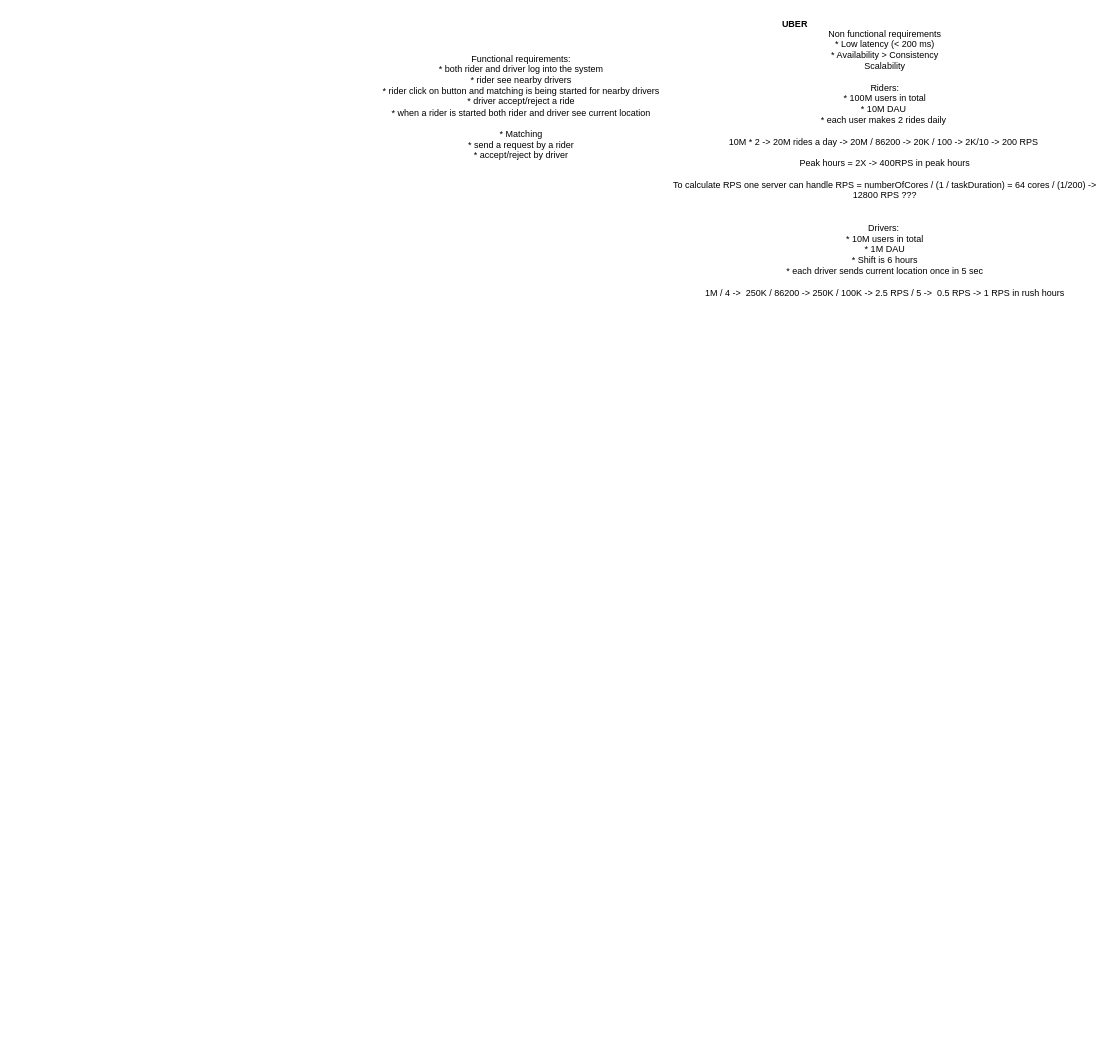
This is src/main/resources/systemDesign/drawio/Uber.drawio from yakovshmidt/algo-problems, a draw.io file, before an edit. Source tidied: cells renumbered, new cells numbered last; positions are measured from the earlier drawing's top-left corner, leaving out a move shared by most shapes. Both pictures are drawn from the tidied source at 75%, with x=0, y=0 at pixel (374, 13).
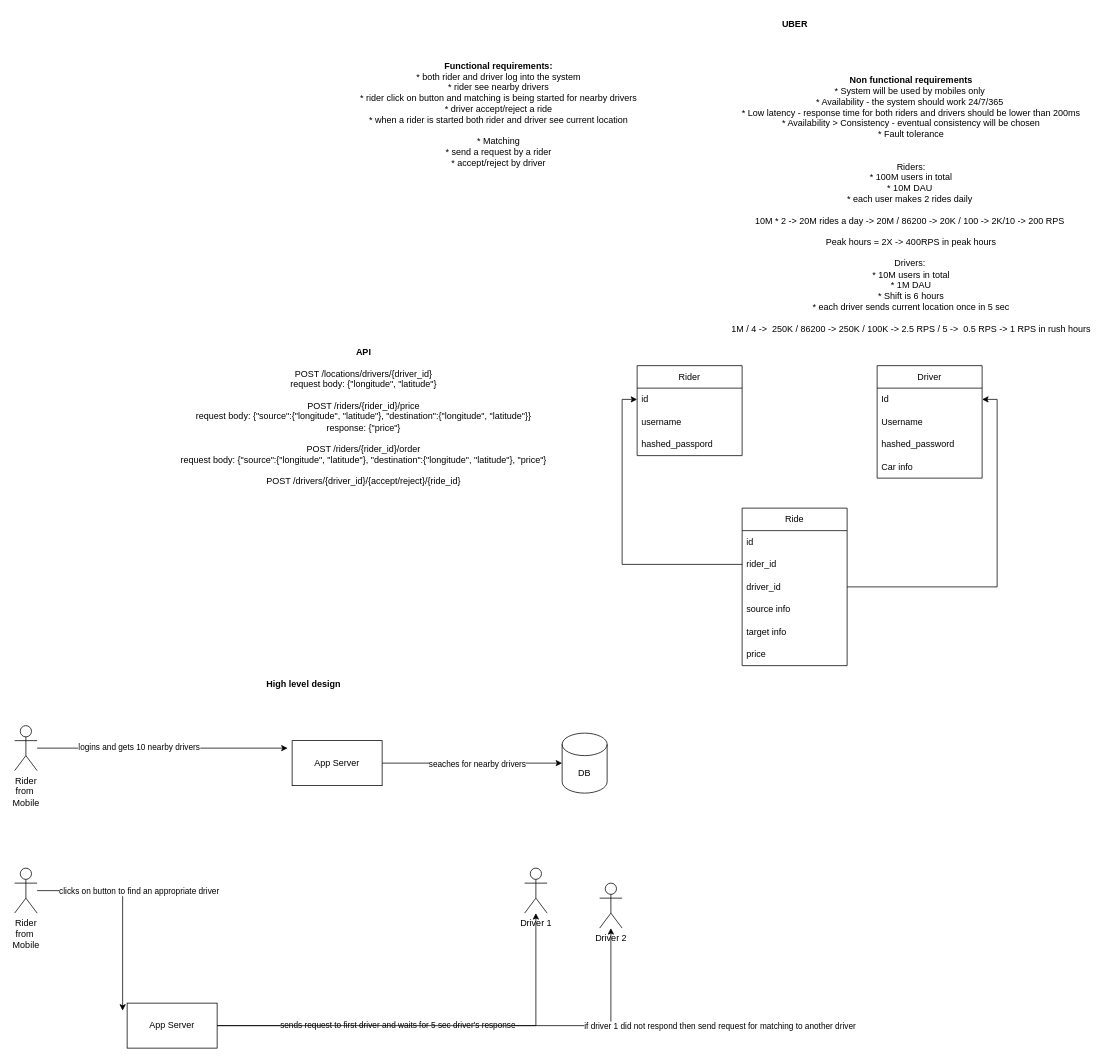
The same diagram, later.

Change to the diagram source:
```diff
@@
-    <mxCell id="3" value="Functional requirements:&lt;br&gt;* both rider and driver log into the system&lt;br&gt;* rider see nearby drivers&lt;br&gt;* rider click on button and matching is being started for nearby drivers&lt;br&gt;* driver accept/reject a ride&lt;br&gt;* when a rider is started both rider and driver see current location&lt;br&gt;&lt;br&gt;* Matching&lt;br&gt;* send a request by a rider&lt;br&gt;* accept/reject by driver" style="text;html=1;align=center;verticalAlign=middle;strokeColor=none;fillColor=none;" parent="1" vertex="1">
-      <mxGeometry y="50" width="390" height="150" as="geometry" />
+    <mxCell id="3" value="&lt;b&gt;Functional requirements:&lt;br&gt;&lt;/b&gt;* both rider and driver log into the system&lt;br&gt;* rider see nearby drivers&lt;br&gt;* rider click on button and matching is being started for nearby drivers&lt;br&gt;* driver accept/reject a ride&lt;br&gt;* when a rider is started both rider and driver see current location&lt;br&gt;&lt;br&gt;* Matching&lt;br&gt;* send a request by a rider&lt;br&gt;* accept/reject by driver" style="text;html=1;align=center;verticalAlign=middle;strokeColor=none;fillColor=none;" parent="1" vertex="1">
+      <mxGeometry x="-30" y="60" width="390" height="150" as="geometry" />
     </mxCell>
-    <mxCell id="4" value="Non functional requirements&lt;br&gt;* Low latency (&amp;lt; 200 ms)&lt;br&gt;* Availability &amp;gt; Consistency&lt;br&gt;Scalability&lt;br&gt;&lt;br&gt;Riders:&lt;br&gt;* 100M users in total&lt;br&gt;* 10M DAU&amp;nbsp;&lt;br&gt;* each user makes 2 rides daily&amp;nbsp;&lt;br&gt;&lt;br&gt;10M * 2 -&amp;gt; 20M rides a day -&amp;gt; 20M / 86200 -&amp;gt; 20K / 100 -&amp;gt; 2K/10 -&amp;gt; 200 RPS&amp;nbsp;&lt;br&gt;&lt;br&gt;Peak hours = 2X -&amp;gt; 400RPS in peak hours&lt;br&gt;&lt;br&gt;To calculate RPS one server can handle RPS = numberOfCores / (1 / taskDuration) = 64 cores / (1/200) -&amp;gt;&lt;br&gt;12800 RPS ???&lt;br&gt;&lt;br&gt;&lt;br&gt;Drivers:&amp;nbsp;&lt;br&gt;* 10M users in total&lt;br&gt;* 1M DAU&lt;br&gt;* Shift is 6 hours&lt;br&gt;* each driver sends current location once in 5 sec&lt;br&gt;&lt;br&gt;1M / 4 -&amp;gt; &amp;nbsp;250K / 86200 -&amp;gt; 250K / 100K -&amp;gt; 2.5 RPS / 5 -&amp;gt; &amp;nbsp;0.5 RPS -&amp;gt; 1 RPS in rush hours" style="text;html=1;align=center;verticalAlign=middle;strokeColor=none;fillColor=none;" parent="1" vertex="1">
-      <mxGeometry x="385" y="20" width="590" height="360" as="geometry" />
+    <mxCell id="4" value="&lt;b&gt;Non functional requirements&lt;/b&gt;&lt;br&gt;* System will be used by mobiles only&amp;nbsp;&lt;br&gt;* Availability - the system should work 24/7/365&amp;nbsp;&lt;br&gt;* Low latency - response time for both riders and drivers should be lower than 200ms&lt;br&gt;* Availability &amp;gt; Consistency - eventual consistency will be chosen&lt;br&gt;* Fault tolerance &lt;br&gt;&amp;nbsp;&lt;br&gt;&lt;br&gt;Riders:&lt;br&gt;* 100M users in total&lt;br&gt;* 10M DAU&amp;nbsp;&lt;br&gt;* each user makes 2 rides daily&amp;nbsp;&lt;br&gt;&lt;br&gt;10M * 2 -&amp;gt; 20M rides a day -&amp;gt; 20M / 86200 -&amp;gt; 20K / 100 -&amp;gt; 2K/10 -&amp;gt; 200 RPS&amp;nbsp;&lt;br&gt;&lt;br&gt;Peak hours = 2X -&amp;gt; 400RPS in peak hours&lt;br&gt;&lt;br&gt;Drivers:&amp;nbsp;&lt;br&gt;* 10M users in total&lt;br&gt;* 1M DAU&lt;br&gt;* Shift is 6 hours&lt;br&gt;* each driver sends current location once in 5 sec&lt;br&gt;&lt;br&gt;1M / 4 -&amp;gt; &amp;nbsp;250K / 86200 -&amp;gt; 250K / 100K -&amp;gt; 2.5 RPS / 5 -&amp;gt; &amp;nbsp;0.5 RPS -&amp;gt; 1 RPS in rush hours" style="text;html=1;align=center;verticalAlign=middle;strokeColor=none;fillColor=none;" parent="1" vertex="1">
+      <mxGeometry x="465" y="80" width="500" height="350" as="geometry" />
     </mxCell>
+    <mxCell id="5" value="&lt;b&gt;API&lt;/b&gt;&lt;br&gt;&lt;br&gt;POST /locations/drivers/{driver_id}&lt;br&gt;request body: {&quot;longitude&quot;, &quot;latitude&quot;}&lt;br&gt;&lt;br&gt;POST /riders/{rider_id}/price&lt;br&gt;request body: {&quot;source&quot;:{&quot;longitude&quot;, &quot;latitude&quot;}, &quot;destination&quot;:{&quot;longitude&quot;, &quot;latitude&quot;}}&lt;br&gt;response: {&quot;price&quot;}&lt;br style=&quot;border-color: var(--border-color);&quot;&gt;&lt;br&gt;POST /riders/{rider_id}/order&lt;br&gt;request body: {&quot;source&quot;:{&quot;longitude&quot;, &quot;latitude&quot;}, &quot;destination&quot;:{&quot;longitude&quot;, &quot;latitude&quot;}, &quot;price&quot;}&lt;br&gt;&lt;br&gt;POST /drivers/{driver_id}/{accept/reject}/{ride_id}&lt;br&gt;&lt;br&gt;" style="text;html=1;align=center;verticalAlign=middle;strokeColor=none;fillColor=none;" parent="1" vertex="1">
+      <mxGeometry x="-270" y="440" width="510" height="210" as="geometry" />
+    </mxCell>
+    <mxCell id="6" value="Rider" style="swimlane;fontStyle=0;horizontal=1;startSize=30;whiteSpace=wrap;html=1;" parent="1" vertex="1">
+      <mxGeometry x="350" y="470" width="140" height="120" as="geometry" />
+    </mxCell>
+    <mxCell id="7" value="id" style="text;strokeColor=none;fillColor=none;align=left;verticalAlign=middle;spacingLeft=4;spacingRight=4;overflow=hidden;points=[[0,0.5],[1,0.5]];portConstraint=eastwest;whiteSpace=wrap;html=1;" parent="6" vertex="1">
+      <mxGeometry y="30" width="140" height="30" as="geometry" />
+    </mxCell>
+    <mxCell id="8" value="username" style="text;strokeColor=none;fillColor=none;align=left;verticalAlign=middle;spacingLeft=4;spacingRight=4;overflow=hidden;whiteSpace=wrap;html=1;" parent="6" vertex="1">
+      <mxGeometry y="60" width="140" height="30" as="geometry" />
+    </mxCell>
+    <mxCell id="9" value="hashed_passpord" style="text;strokeColor=none;fillColor=none;align=left;verticalAlign=middle;spacingLeft=4;spacingRight=4;overflow=hidden;whiteSpace=wrap;html=1;" parent="6" vertex="1">
+      <mxGeometry y="90" width="140" height="30" as="geometry" />
+    </mxCell>
+    <mxCell id="10" value="Driver" style="swimlane;fontStyle=0;horizontal=1;startSize=30;whiteSpace=wrap;html=1;" parent="1" vertex="1">
+      <mxGeometry x="670" y="470" width="140" height="150" as="geometry" />
+    </mxCell>
+    <mxCell id="11" value="Id&lt;span style=&quot;white-space: pre;&quot;&gt; &lt;/span&gt;" style="text;strokeColor=none;fillColor=none;align=left;verticalAlign=middle;spacingLeft=4;spacingRight=4;overflow=hidden;points=[[0,0.5],[1,0.5]];portConstraint=eastwest;whiteSpace=wrap;html=1;" parent="10" vertex="1">
+      <mxGeometry y="30" width="140" height="30" as="geometry" />
+    </mxCell>
+    <mxCell id="12" value="Username" style="text;strokeColor=none;fillColor=none;align=left;verticalAlign=middle;spacingLeft=4;spacingRight=4;overflow=hidden;whiteSpace=wrap;html=1;" parent="10" vertex="1">
+      <mxGeometry y="60" width="140" height="30" as="geometry" />
+    </mxCell>
+    <mxCell id="13" value="hashed_password" style="text;strokeColor=none;fillColor=none;align=left;verticalAlign=middle;spacingLeft=4;spacingRight=4;overflow=hidden;whiteSpace=wrap;html=1;" parent="10" vertex="1">
+      <mxGeometry y="90" width="140" height="30" as="geometry" />
+    </mxCell>
+    <mxCell id="14" value="Car info" style="text;strokeColor=none;fillColor=none;align=left;verticalAlign=middle;spacingLeft=4;spacingRight=4;overflow=hidden;whiteSpace=wrap;html=1;" parent="10" vertex="1">
+      <mxGeometry y="120" width="140" height="30" as="geometry" />
+    </mxCell>
+    <mxCell id="15" value="Ride" style="swimlane;fontStyle=0;horizontal=1;startSize=30;whiteSpace=wrap;html=1;" parent="1" vertex="1">
+      <mxGeometry x="490" y="660" width="140" height="210" as="geometry" />
+    </mxCell>
+    <mxCell id="16" value="id" style="text;strokeColor=none;fillColor=none;align=left;verticalAlign=middle;spacingLeft=4;spacingRight=4;overflow=hidden;whiteSpace=wrap;html=1;" parent="15" vertex="1">
+      <mxGeometry y="30" width="140" height="30" as="geometry" />
+    </mxCell>
+    <mxCell id="17" value="rider_id" style="text;strokeColor=none;fillColor=none;align=left;verticalAlign=middle;spacingLeft=4;spacingRight=4;overflow=hidden;points=[[0,0.5],[1,0.5]];portConstraint=eastwest;whiteSpace=wrap;html=1;" parent="15" vertex="1">
+      <mxGeometry y="60" width="140" height="30" as="geometry" />
+    </mxCell>
+    <mxCell id="18" value="driver_id" style="text;strokeColor=none;fillColor=none;align=left;verticalAlign=middle;spacingLeft=4;spacingRight=4;overflow=hidden;points=[[0,0.5],[1,0.5]];portConstraint=eastwest;whiteSpace=wrap;html=1;" parent="15" vertex="1">
+      <mxGeometry y="90" width="140" height="30" as="geometry" />
+    </mxCell>
+    <mxCell id="19" value="source info&lt;span style=&quot;white-space: pre;&quot;&gt; &lt;/span&gt;" style="text;strokeColor=none;fillColor=none;align=left;verticalAlign=middle;spacingLeft=4;spacingRight=4;overflow=hidden;whiteSpace=wrap;html=1;" parent="15" vertex="1">
+      <mxGeometry y="120" width="140" height="30" as="geometry" />
+    </mxCell>
+    <mxCell id="20" value="target info" style="text;strokeColor=none;fillColor=none;align=left;verticalAlign=middle;spacingLeft=4;spacingRight=4;overflow=hidden;whiteSpace=wrap;html=1;" parent="15" vertex="1">
+      <mxGeometry y="150" width="140" height="30" as="geometry" />
+    </mxCell>
+    <mxCell id="21" value="price" style="text;strokeColor=none;fillColor=none;align=left;verticalAlign=middle;spacingLeft=4;spacingRight=4;overflow=hidden;whiteSpace=wrap;html=1;" parent="15" vertex="1">
+      <mxGeometry y="180" width="140" height="30" as="geometry" />
+    </mxCell>
+    <mxCell id="22" style="edgeStyle=orthogonalEdgeStyle;rounded=0;jettySize=auto;html=1;entryX=0;entryY=0.5;entryDx=0;entryDy=0;" parent="1" edge="1" source="17" target="7">
+      <mxGeometry relative="1" as="geometry" />
+    </mxCell>
+    <mxCell id="23" style="edgeStyle=orthogonalEdgeStyle;rounded=0;jettySize=auto;html=1;entryX=1;entryY=0.5;entryDx=0;entryDy=0;" parent="1" edge="1" source="18" target="11">
+      <mxGeometry relative="1" as="geometry" />
+    </mxCell>
+    <mxCell id="24" value="&lt;b&gt;High level design&lt;/b&gt;" style="text;html=1;align=center;verticalAlign=middle;strokeColor=none;fillColor=none;" parent="1" vertex="1">
+      <mxGeometry x="-155" y="880" width="120" height="30" as="geometry" />
+    </mxCell>
+    <mxCell id="25" style="edgeStyle=orthogonalEdgeStyle;rounded=0;jettySize=auto;html=1;entryX=-0.05;entryY=0.167;entryDx=0;entryDy=0;entryPerimeter=0;" parent="1" edge="1" source="27" target="30">
+      <mxGeometry relative="1" as="geometry" />
+    </mxCell>
+    <mxCell id="26" value="logins and gets 10 nearby drivers" style="edgeLabel;html=1;align=center;verticalAlign=middle;" parent="25" vertex="1">
+      <mxGeometry x="-0.19" y="2" relative="1" as="geometry" />
+    </mxCell>
+    <mxCell id="27" value="Rider&lt;br&gt;from&amp;nbsp;&lt;br&gt;Mobile&lt;br&gt;" style="shape=umlActor;verticalLabelPosition=bottom;verticalAlign=top;html=1;outlineConnect=0;" parent="1" vertex="1">
+      <mxGeometry x="-480" y="950" width="30" height="60" as="geometry" />
+    </mxCell>
+    <mxCell id="28" style="edgeStyle=orthogonalEdgeStyle;rounded=0;jettySize=auto;html=1;entryX=0;entryY=0.5;entryDx=0;entryDy=0;entryPerimeter=0;" parent="1" edge="1" source="30" target="31">
+      <mxGeometry relative="1" as="geometry" />
+    </mxCell>
+    <mxCell id="29" value="seaches for nearby drivers" style="edgeLabel;html=1;align=center;verticalAlign=middle;" parent="28" vertex="1">
+      <mxGeometry x="-0.2" y="2" relative="1" as="geometry">
+        <mxPoint x="30" y="2" as="offset" />
+      </mxGeometry>
+    </mxCell>
+    <mxCell id="30" value="App Server" style="rounded=0;whiteSpace=wrap;html=1;" parent="1" vertex="1">
+      <mxGeometry x="-110" y="970" width="120" height="60" as="geometry" />
+    </mxCell>
+    <mxCell id="31" value="DB" style="shape=cylinder3;whiteSpace=wrap;html=1;boundedLbl=1;backgroundOutline=1;size=15;" parent="1" vertex="1">
+      <mxGeometry x="250" y="960" width="60" height="80" as="geometry" />
+    </mxCell>
+    <mxCell id="32" style="edgeStyle=orthogonalEdgeStyle;rounded=0;jettySize=auto;html=1;entryX=-0.05;entryY=0.167;entryDx=0;entryDy=0;entryPerimeter=0;" parent="1" edge="1" source="34" target="39">
+      <mxGeometry relative="1" as="geometry" />
+    </mxCell>
+    <mxCell id="33" value="clicks on button to find an appropriate driver" style="edgeLabel;html=1;align=center;verticalAlign=middle;" parent="32" vertex="1">
+      <mxGeometry x="-0.19" y="2" relative="1" as="geometry">
+        <mxPoint x="24" y="2" as="offset" />
+      </mxGeometry>
+    </mxCell>
+    <mxCell id="34" value="Rider&lt;br&gt;from&amp;nbsp;&lt;br&gt;Mobile&lt;br&gt;" style="shape=umlActor;verticalLabelPosition=bottom;verticalAlign=top;html=1;outlineConnect=0;" parent="1" vertex="1">
+      <mxGeometry x="-480" y="1140" width="30" height="60" as="geometry" />
+    </mxCell>
+    <mxCell id="35" style="edgeStyle=orthogonalEdgeStyle;rounded=0;jettySize=auto;html=1;" parent="1" edge="1" source="39" target="40">
+      <mxGeometry relative="1" as="geometry" />
+    </mxCell>
+    <mxCell id="36" value="sends request to first driver and waits for 5 sec driver's response" style="edgeLabel;html=1;align=center;verticalAlign=middle;" parent="35" vertex="1">
+      <mxGeometry x="-0.6" y="1" relative="1" as="geometry">
+        <mxPoint x="125" as="offset" />
+      </mxGeometry>
+    </mxCell>
+    <mxCell id="37" style="edgeStyle=orthogonalEdgeStyle;rounded=0;jettySize=auto;html=1;" parent="1" edge="1" source="39" target="41">
+      <mxGeometry relative="1" as="geometry" />
+    </mxCell>
+    <mxCell id="38" value="if driver 1 did not respond then send request for matching to another driver&amp;nbsp;" style="edgeLabel;html=1;align=center;verticalAlign=middle;" parent="37" vertex="1">
+      <mxGeometry x="0.41" y="2" relative="1" as="geometry">
+        <mxPoint x="209" y="2" as="offset" />
+      </mxGeometry>
+    </mxCell>
+    <mxCell id="39" value="App Server" style="rounded=0;whiteSpace=wrap;html=1;" parent="1" vertex="1">
+      <mxGeometry x="-330" y="1320" width="120" height="60" as="geometry" />
+    </mxCell>
+    <mxCell id="40" value="Driver 1" style="shape=umlActor;verticalLabelPosition=bottom;verticalAlign=top;html=1;outlineConnect=0;" parent="1" vertex="1">
+      <mxGeometry x="200" y="1140" width="30" height="60" as="geometry" />
+    </mxCell>
+    <mxCell id="41" value="Driver 2" style="shape=umlActor;verticalLabelPosition=bottom;verticalAlign=top;html=1;outlineConnect=0;" parent="1" vertex="1">
+      <mxGeometry x="300" y="1160" width="30" height="60" as="geometry" />
+    </mxCell>
```
